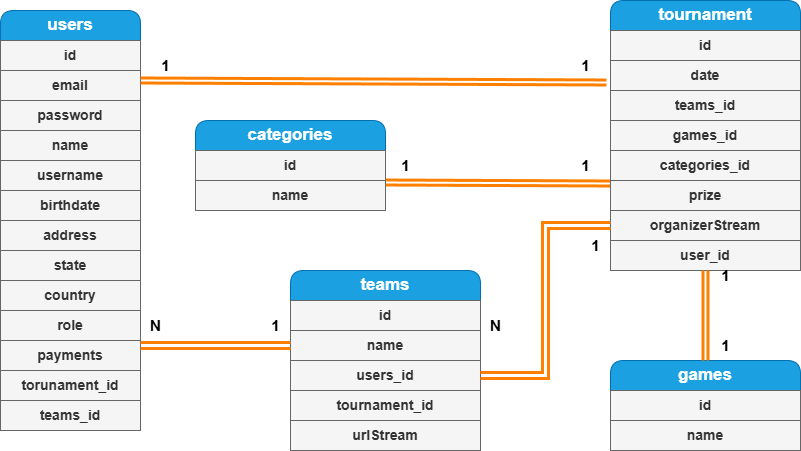
Earlier version of the draw.io export Diagrama Entidad Relaciones Game Stream Tournament.drawio.png (FabricioIrazoqui/DiagramaEntidad-GameStreamTorunament). Source tidied: cells renumbered, new cells last; positions are measured from the earlier drawing's top-left corner, leaving out a move shared by most shapes.
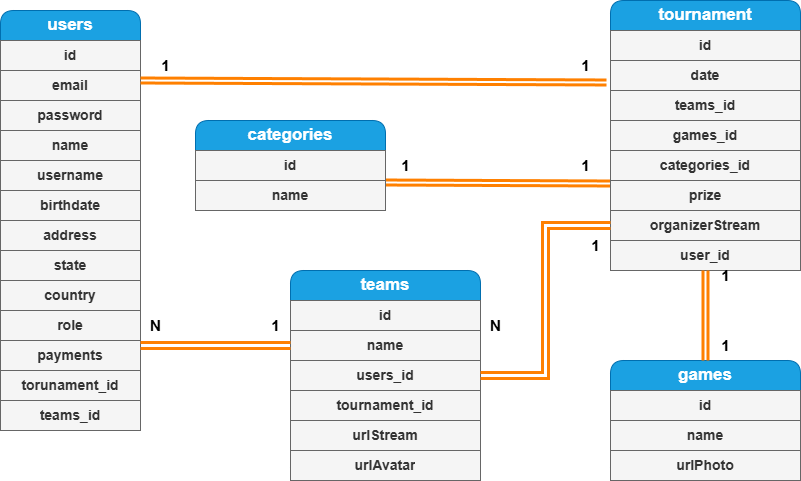
The same file after the commit.

Diff of the diagram source:
```diff
@@ -75,7 +75,7 @@
       <mxGeometry y="240" width="190" height="30" as="geometry" />
     </mxCell>
     <mxCell id="26" value="&lt;span style=&quot;font-size: 17px;&quot;&gt;&lt;b&gt;teams&lt;/b&gt;&lt;/span&gt;" style="swimlane;fontStyle=0;horizontal=1;startSize=30;whiteSpace=wrap;html=1;glass=0;rounded=1;shadow=0;swimlaneLine=1;fillColor=#1ba1e2;strokeColor=#006EAF;fontColor=#ffffff;" parent="1" vertex="1">
-      <mxGeometry x="290" y="270" width="190" height="180" as="geometry" />
+      <mxGeometry x="290" y="270" width="190" height="210" as="geometry" />
     </mxCell>
     <mxCell id="27" value="id" style="text;strokeColor=#666666;fillColor=#f5f5f5;align=center;verticalAlign=middle;spacingLeft=4;spacingRight=4;overflow=hidden;whiteSpace=wrap;html=1;fontColor=#333333;fontStyle=1;fontSize=14;" parent="26" vertex="1">
       <mxGeometry y="30" width="190" height="30" as="geometry" />
@@ -92,8 +92,11 @@
     <mxCell id="31" value="urlStream" style="text;strokeColor=#666666;fillColor=#f5f5f5;align=center;verticalAlign=middle;spacingLeft=4;spacingRight=4;overflow=hidden;whiteSpace=wrap;html=1;fontColor=#333333;fontStyle=1;fontSize=14;" parent="26" vertex="1">
       <mxGeometry y="150" width="190" height="30" as="geometry" />
     </mxCell>
+    <mxCell id="52" value="urlAvatar" style="text;strokeColor=#666666;fillColor=#f5f5f5;align=center;verticalAlign=middle;spacingLeft=4;spacingRight=4;overflow=hidden;whiteSpace=wrap;html=1;fontColor=#333333;fontStyle=1;fontSize=14;" parent="26" vertex="1">
+      <mxGeometry y="180" width="190" height="30" as="geometry" />
+    </mxCell>
     <mxCell id="32" value="&lt;span style=&quot;font-size: 17px;&quot;&gt;&lt;b&gt;games&lt;/b&gt;&lt;/span&gt;" style="swimlane;fontStyle=0;horizontal=1;startSize=30;whiteSpace=wrap;html=1;glass=0;rounded=1;shadow=0;swimlaneLine=1;fillColor=#1ba1e2;strokeColor=#006EAF;fontColor=#ffffff;" parent="1" vertex="1">
-      <mxGeometry x="610" y="360" width="190" height="90" as="geometry" />
+      <mxGeometry x="610" y="360" width="190" height="120" as="geometry" />
     </mxCell>
     <mxCell id="33" value="id" style="text;strokeColor=#666666;fillColor=#f5f5f5;align=center;verticalAlign=middle;spacingLeft=4;spacingRight=4;overflow=hidden;whiteSpace=wrap;html=1;fontColor=#333333;fontStyle=1;fontSize=14;" parent="32" vertex="1">
       <mxGeometry y="30" width="190" height="30" as="geometry" />
@@ -101,6 +104,9 @@
     <mxCell id="34" value="name" style="text;strokeColor=#666666;fillColor=#f5f5f5;align=center;verticalAlign=middle;spacingLeft=4;spacingRight=4;overflow=hidden;whiteSpace=wrap;html=1;fontColor=#333333;fontStyle=1;fontSize=14;" parent="32" vertex="1">
       <mxGeometry y="60" width="190" height="30" as="geometry" />
     </mxCell>
+    <mxCell id="53" value="urlPhoto" style="text;strokeColor=#666666;fillColor=#f5f5f5;align=center;verticalAlign=middle;spacingLeft=4;spacingRight=4;overflow=hidden;whiteSpace=wrap;html=1;fontColor=#333333;fontStyle=1;fontSize=14;" parent="32" vertex="1">
+      <mxGeometry y="90" width="190" height="30" as="geometry" />
+    </mxCell>
     <mxCell id="35" value="&lt;span style=&quot;font-size: 17px;&quot;&gt;&lt;b&gt;categories&lt;/b&gt;&lt;/span&gt;" style="swimlane;fontStyle=0;horizontal=1;startSize=30;whiteSpace=wrap;html=1;glass=0;rounded=1;shadow=0;swimlaneLine=1;fillColor=#1ba1e2;strokeColor=#006EAF;fontColor=#ffffff;" parent="1" vertex="1">
       <mxGeometry x="195" y="120" width="190" height="90" as="geometry" />
     </mxCell>
```
